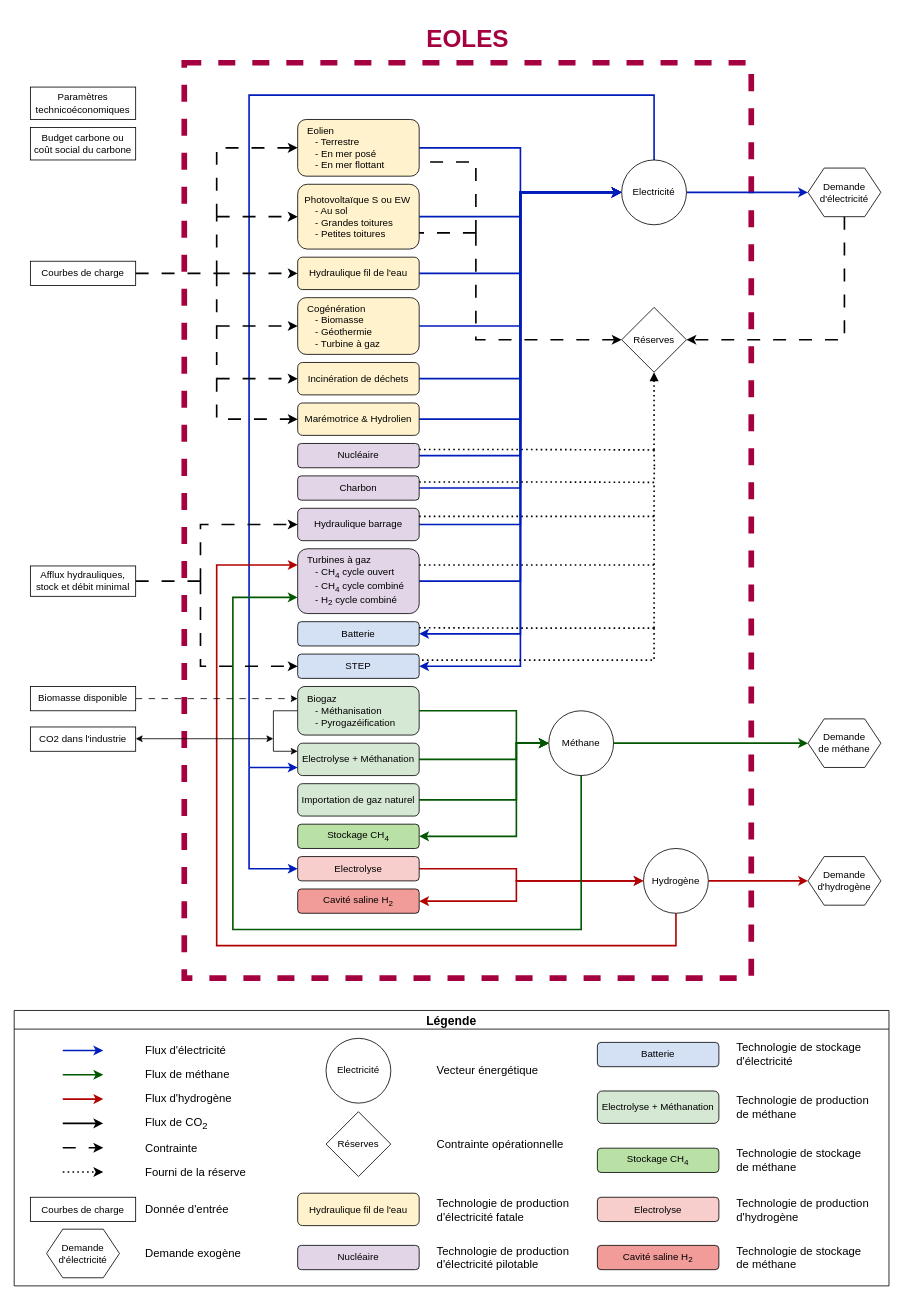
Above: diagramme_eoles.drawio in CIRED/EOLES (draw.io), before the change. Source tidied: cells renumbered, new cells numbered last; positions are measured from the earlier drawing's top-left corner, leaving out a move shared by most shapes. Both pictures are drawn from the tidied source at 81%, with x=0, y=0 at pixel (14, 14).
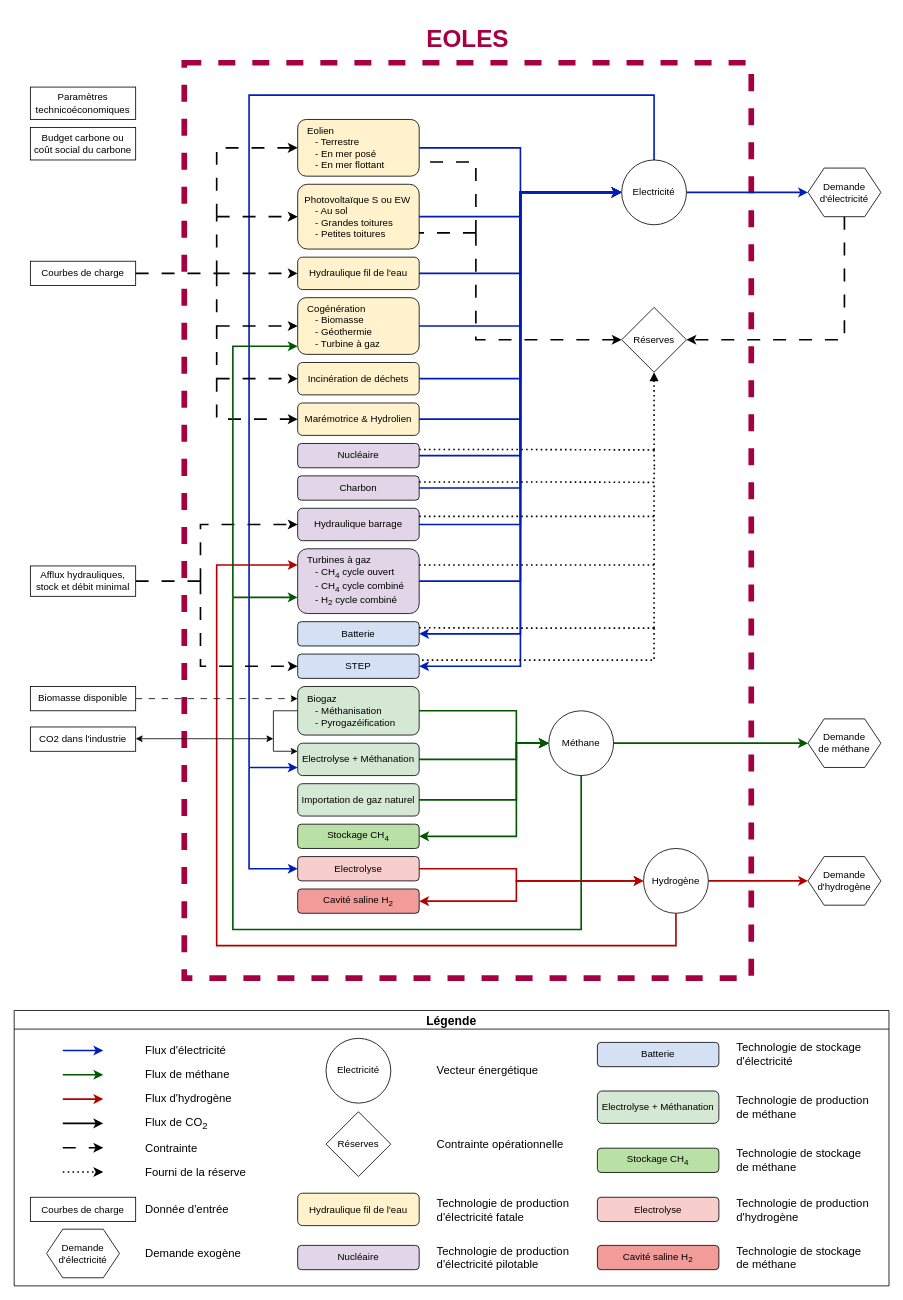
The same diagram, later.

Commit message:
Added CH4 use by the ocgt_coge technology in the presentation diagram

The change refers to these unchanged cells:
```xml
<mxCell id="24" value="&lt;span style=&quot;background-color: initial;&quot;&gt;&amp;nbsp; &amp;nbsp;Turbines à gaz&lt;/span&gt;&lt;br&gt;&lt;span style=&quot;background-color: initial;&quot;&gt;&amp;nbsp; &amp;nbsp; &amp;nbsp; - CH&lt;sub&gt;4&lt;/sub&gt; cycle ouvert&lt;/span&gt;&lt;br&gt;&lt;span style=&quot;background-color: initial;&quot;&gt;&amp;nbsp; &amp;nbsp; &amp;nbsp; - CH&lt;sub&gt;4&lt;/sub&gt; cycle combiné&lt;/span&gt;&lt;br&gt;&lt;div style=&quot;&quot;&gt;&amp;nbsp; &amp;nbsp; &amp;nbsp; - H&lt;sub&gt;2&lt;/sub&gt; cycle combiné&lt;/div&gt;" style="rounded=1;whiteSpace=wrap;html=1;align=left;fillColor=#E1D5E7;" parent="1" vertex="1">
  <mxGeometry x="350" y="660" width="150" height="80" as="geometry" />
</mxCell>
<mxCell id="47" value="Méthane" style="ellipse;whiteSpace=wrap;html=1;" parent="1" vertex="1">
  <mxGeometry x="660" y="860" width="80" height="80" as="geometry" />
</mxCell>
```

The edit, as a diff of the source:
```diff
@@
-    <mxCell id="45" style="edgeStyle=orthogonalEdgeStyle;rounded=0;jettySize=auto;html=1;entryX=0;entryY=0.75;entryDx=0;entryDy=0;fillColor=#008a00;strokeColor=#005700;strokeWidth=2;" parent="1" edge="1" source="47" target="24">
+    <mxCell id="45" style="edgeStyle=orthogonalEdgeStyle;rounded=0;jettySize=auto;html=1;entryX=0;entryY=0.75;entryDx=0;entryDy=0;fillColor=#008a00;strokeColor=#005700;strokeWidth=2;" parent="1" edge="1" source="140" target="24">
       <mxGeometry relative="1" as="geometry">
         <Array as="points">
-          <mxPoint x="700" y="1130" />
-          <mxPoint x="270" y="1130" />
           <mxPoint x="270" y="720" />
         </Array>
       </mxGeometry>
     </mxCell>
@@
+    <mxCell id="139" style="edgeStyle=orthogonalEdgeStyle;rounded=0;jettySize=auto;html=1;entryDx=0;entryDy=0;fillColor=#008a00;strokeColor=#005700;strokeWidth=2;endArrow=none;startFill=0;" parent="1" edge="1" source="47" target="140">
+      <mxGeometry relative="1" as="geometry">
+        <Array as="points">
+          <mxPoint x="700" y="1130" />
+          <mxPoint x="270" y="1130" />
+        </Array>
+      </mxGeometry>
+    </mxCell>
+    <mxCell id="140" style="shape=waypoint;sketch=0;size=6;points=[];fillColor=none;perimeter=centerPerimeter;snapToPoint=1;strokeColor=none;dashed=1;dashPattern=1 2;strokeWidth=2;" parent="1" vertex="1">
+      <mxGeometry x="260" y="710" width="20" height="20" as="geometry" />
+    </mxCell>
+    <mxCell id="141" style="edgeStyle=orthogonalEdgeStyle;rounded=0;jettySize=auto;html=1;fillColor=#008a00;strokeColor=#005700;strokeWidth=2;" parent="1" edge="1" source="140">
+      <mxGeometry relative="1" as="geometry">
+        <mxPoint x="350" y="410" as="targetPoint" />
+        <Array as="points">
+          <mxPoint x="270" y="410" />
+        </Array>
+      </mxGeometry>
+    </mxCell>
```
